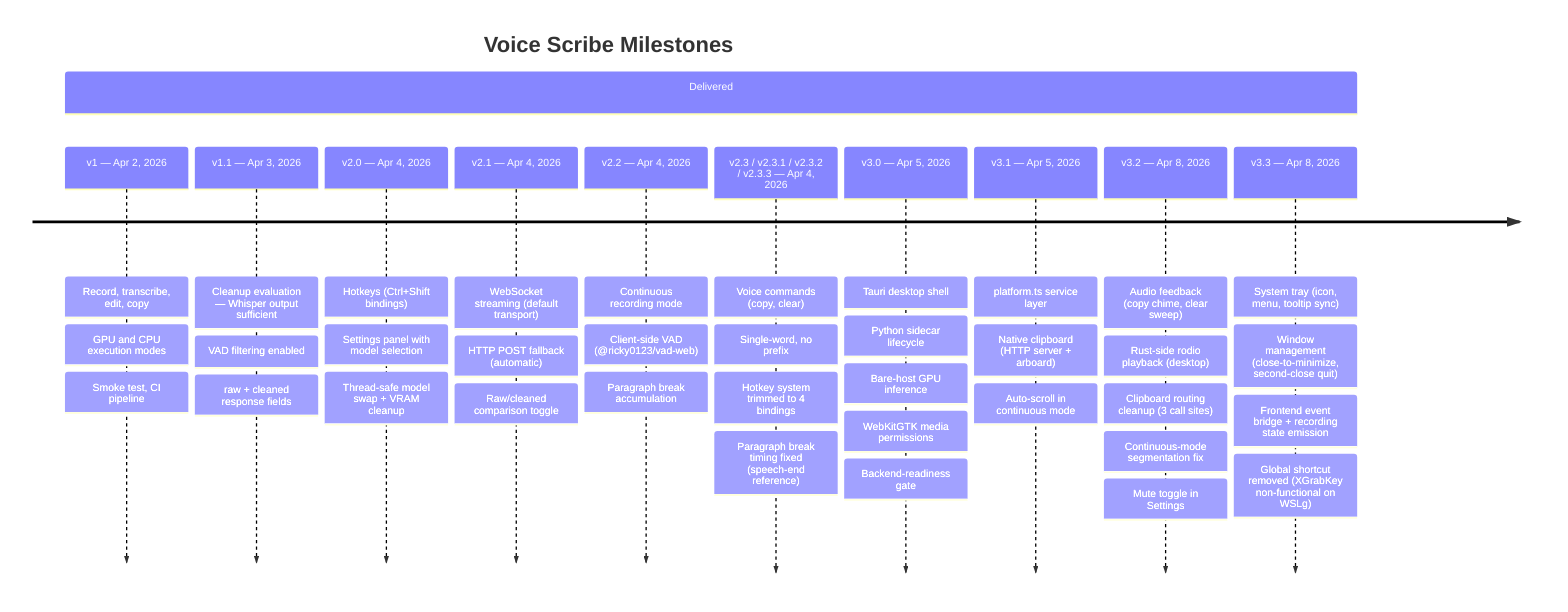
Before: docs/v3/presentation/images/milestone-timeline.png, a diagram exported from Mermaid (JohnYanez95/voice-scribe). Its source is kept beside it as docs/diagrams/milestone-timeline.mmd.
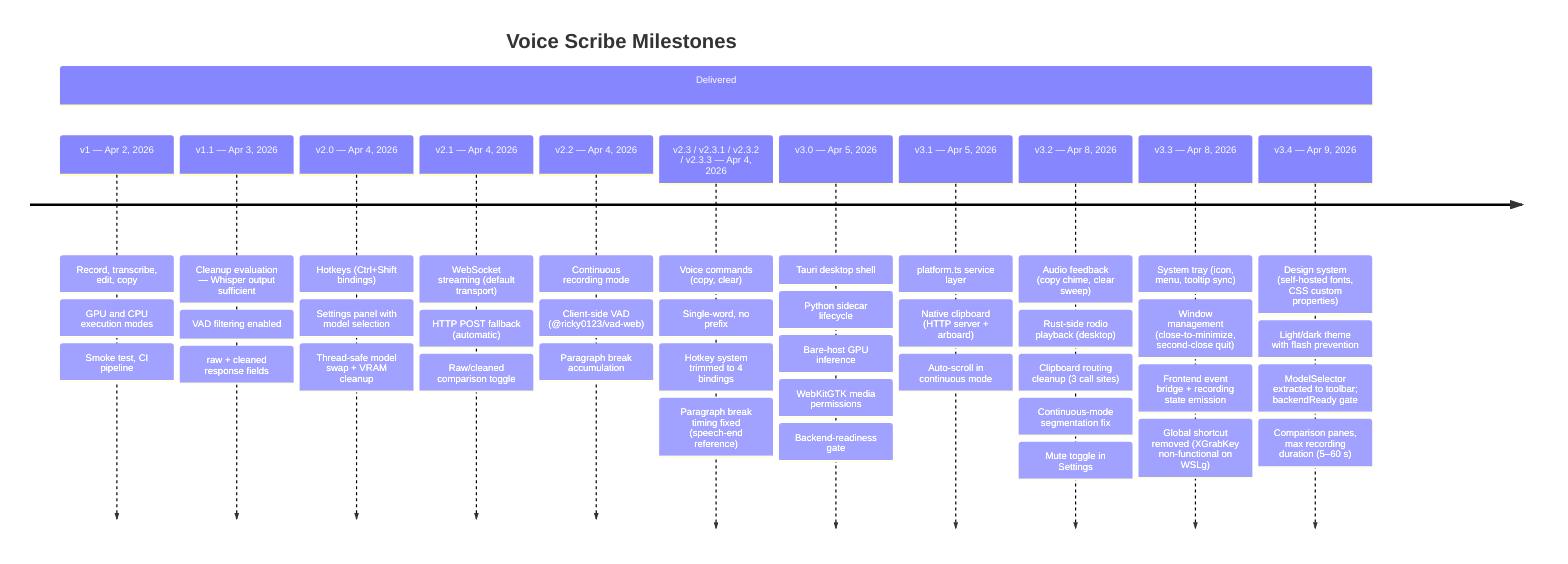
After the change.

Commit message:
docs: update v3 presentation and milestone timeline to v3.4

What changed in the source:
```diff
@@ -47,3 +47,8 @@
             : Window management (close-to-minimize, second-close quit)
             : Frontend event bridge + recording state emission
             : Global shortcut removed (XGrabKey non-functional on WSLg)
+        v3.4 — Apr 9, 2026
+            : Design system (self-hosted fonts, CSS custom properties)
+            : Light/dark theme with flash prevention
+            : ModelSelector extracted to toolbar; backendReady gate
+            : Comparison panes, max recording duration (5–60 s)
```
